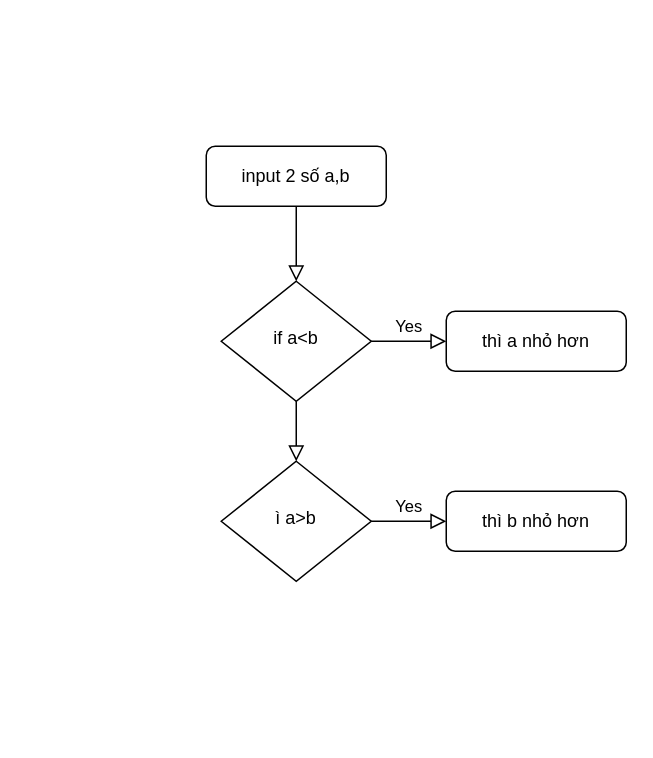
The draw.io diagram bt1.drawio in QuangHuy2006/session-1-C, before the edit. Source tidied: cells renumbered, new cells numbered last; positions are measured from the earlier drawing's top-left corner, leaving out a move shared by most shapes. Both pictures are drawn from the tidied source at 150%, with x=0, y=0 at pixel (206, 146).
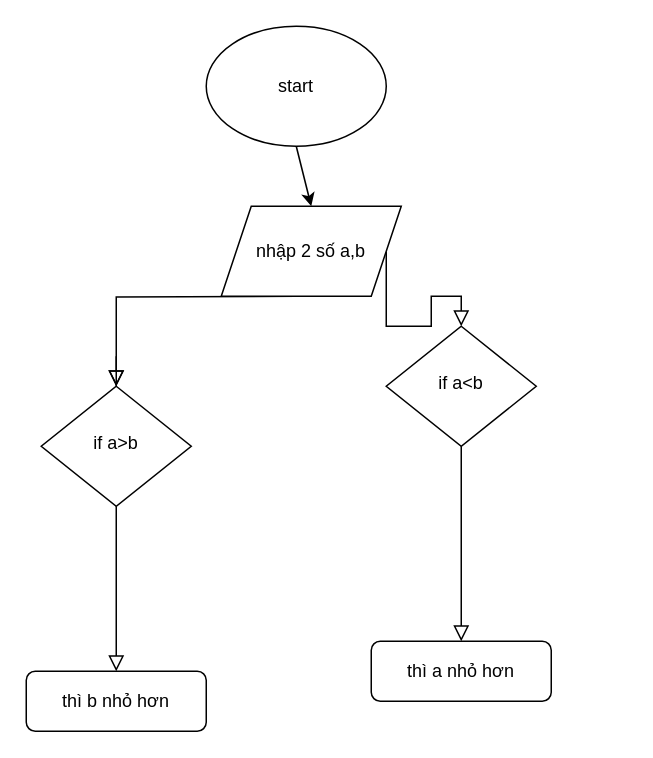
The same page after the edit.

Commit message:
Cập nhật bt1.drawio

Change to the diagram source:
```diff
@@
 <mxGraphModel>
   <root>
     <mxCell id="0" />
     <mxCell id="1" parent="0" />
-    <mxCell id="2" style="rounded=0;html=1;jettySize=auto;fontSize=11;endArrow=block;endFill=0;endSize=8;strokeWidth=1;shadow=0;labelBackgroundColor=none;edgeStyle=orthogonalEdgeStyle;" parent="1" edge="1" source="3" target="6">
+    <mxCell id="2" style="rounded=0;html=1;jettySize=auto;fontSize=11;endArrow=block;endFill=0;endSize=8;strokeWidth=1;shadow=0;labelBackgroundColor=none;edgeStyle=orthogonalEdgeStyle;exitX=1;exitY=0.5;exitDx=0;exitDy=0;" parent="1" edge="1" source="14" target="6">
       <mxGeometry relative="1" as="geometry" />
     </mxCell>
-    <mxCell id="3" value="input 2 số a,b" style="rounded=1;whiteSpace=wrap;html=1;fontSize=12;glass=0;strokeWidth=1;shadow=0;" parent="1" vertex="1">
-      <mxGeometry width="120" height="40" as="geometry" />
-    </mxCell>
-    <mxCell id="4" style="rounded=0;html=1;jettySize=auto;fontSize=11;endArrow=block;endFill=0;endSize=8;strokeWidth=1;shadow=0;labelBackgroundColor=none;edgeStyle=orthogonalEdgeStyle;" parent="1" edge="1" source="6" target="9">
-      <mxGeometry y="20" relative="1" as="geometry" />
+    <mxCell id="4" style="rounded=0;html=1;jettySize=auto;fontSize=11;endArrow=block;endFill=0;endSize=8;strokeWidth=1;shadow=0;labelBackgroundColor=none;edgeStyle=orthogonalEdgeStyle;" parent="1" edge="1" source="9">
+      <mxGeometry y="20" relative="1" as="geometry">
+        <mxPoint x="-60" y="160" as="targetPoint" />
+      </mxGeometry>
     </mxCell>
-    <mxCell id="5" value="Yes" style="edgeStyle=orthogonalEdgeStyle;rounded=0;html=1;jettySize=auto;fontSize=11;endArrow=block;endFill=0;endSize=8;strokeWidth=1;shadow=0;labelBackgroundColor=none;" parent="1" edge="1" source="6" target="7">
+    <mxCell id="5" style="edgeStyle=orthogonalEdgeStyle;rounded=0;html=1;jettySize=auto;fontSize=11;endArrow=block;endFill=0;endSize=8;strokeWidth=1;shadow=0;labelBackgroundColor=none;" parent="1" edge="1" source="6" target="7">
       <mxGeometry y="10" relative="1" as="geometry" />
     </mxCell>
     <mxCell id="6" value="if a&amp;lt;b" style="rhombus;whiteSpace=wrap;html=1;shadow=0;fontFamily=Helvetica;fontSize=12;align=center;strokeWidth=1;spacing=6;spacingTop=-4;" parent="1" vertex="1">
-      <mxGeometry x="10" y="90" width="100" height="80" as="geometry" />
+      <mxGeometry x="120" y="120" width="100" height="80" as="geometry" />
     </mxCell>
     <mxCell id="7" value="thì a nhỏ hơn" style="rounded=1;whiteSpace=wrap;html=1;fontSize=12;glass=0;strokeWidth=1;shadow=0;" parent="1" vertex="1">
-      <mxGeometry x="160" y="110" width="120" height="40" as="geometry" />
+      <mxGeometry x="110" y="330" width="120" height="40" as="geometry" />
     </mxCell>
-    <mxCell id="8" value="Yes" style="edgeStyle=orthogonalEdgeStyle;rounded=0;html=1;jettySize=auto;fontSize=11;endArrow=block;endFill=0;endSize=8;strokeWidth=1;shadow=0;labelBackgroundColor=none;" parent="1" edge="1" source="9" target="10">
+    <mxCell id="8" style="edgeStyle=orthogonalEdgeStyle;rounded=0;html=1;jettySize=auto;fontSize=11;endArrow=block;endFill=0;endSize=8;strokeWidth=1;shadow=0;labelBackgroundColor=none;" parent="1" edge="1" source="9" target="10">
       <mxGeometry y="10" relative="1" as="geometry" />
     </mxCell>
+    <mxCell id="10" value="thì b nhỏ hơn" style="rounded=1;whiteSpace=wrap;html=1;fontSize=12;glass=0;strokeWidth=1;shadow=0;" parent="1" vertex="1">
+      <mxGeometry x="-120" y="350" width="120" height="40" as="geometry" />
+    </mxCell>
+    <mxCell id="11" value="start" style="ellipse;whiteSpace=wrap;html=1;" parent="1" vertex="1">
+      <mxGeometry y="-80" width="120" height="80" as="geometry" />
+    </mxCell>
+    <mxCell id="12" style="endArrow=classic;html=1;rounded=0;exitX=0.5;exitY=1;exitDx=0;exitDy=0;entryX=0.5;entryY=0;entryDx=0;entryDy=0;" parent="1" edge="1" source="11" target="14">
+      <mxGeometry relative="1" as="geometry" />
+    </mxCell>
+    <mxCell id="13" style="rounded=0;html=1;jettySize=auto;fontSize=11;endArrow=block;endFill=0;endSize=8;strokeWidth=1;shadow=0;labelBackgroundColor=none;edgeStyle=orthogonalEdgeStyle;" parent="1" edge="1" target="9">
+      <mxGeometry y="20" relative="1" as="geometry">
+        <mxPoint x="60" y="100" as="sourcePoint" />
+      </mxGeometry>
+    </mxCell>
-    <mxCell id="9" value="ì a&amp;gt;b" style="rhombus;whiteSpace=wrap;html=1;shadow=0;fontFamily=Helvetica;fontSize=12;align=center;strokeWidth=1;spacing=6;spacingTop=-4;" parent="1" vertex="1">
-      <mxGeometry x="10" y="210" width="100" height="80" as="geometry" />
+    <mxCell id="9" value="if a&amp;gt;b" style="rhombus;whiteSpace=wrap;html=1;shadow=0;fontFamily=Helvetica;fontSize=12;align=center;strokeWidth=1;spacing=6;spacingTop=-4;" parent="1" vertex="1">
+      <mxGeometry x="-110" y="160" width="100" height="80" as="geometry" />
     </mxCell>
-    <mxCell id="10" value="thì b nhỏ hơn" style="rounded=1;whiteSpace=wrap;html=1;fontSize=12;glass=0;strokeWidth=1;shadow=0;" parent="1" vertex="1">
-      <mxGeometry x="160" y="230" width="120" height="40" as="geometry" />
-    </mxCell>
+    <mxCell id="14" value="nhập 2 số a,b" style="shape=parallelogram;perimeter=parallelogramPerimeter;whiteSpace=wrap;html=1;fixedSize=1;" parent="1" vertex="1">
+      <mxGeometry x="10" y="40" width="120" height="60" as="geometry" />
+    </mxCell>
   </root>
 </mxGraphModel>
```
